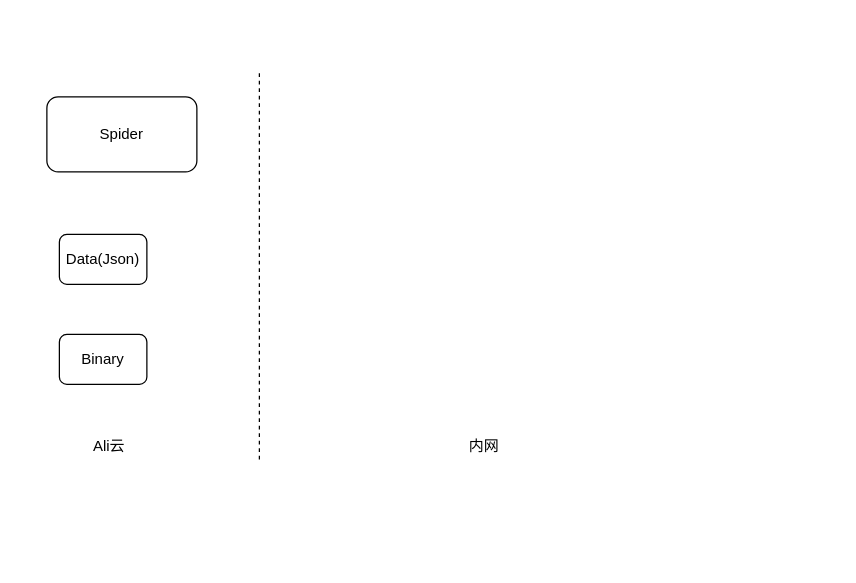
Above: Untitled Diagram.drawio in wiesel2/drawiorepo (draw.io), before the change. Source tidied: cells renumbered, new cells numbered last; positions are measured from the earlier drawing's top-left corner, leaving out a move shared by most shapes. Both pictures are drawn from the tidied source at 125%, with x=0, y=0 at pixel (46, 71).
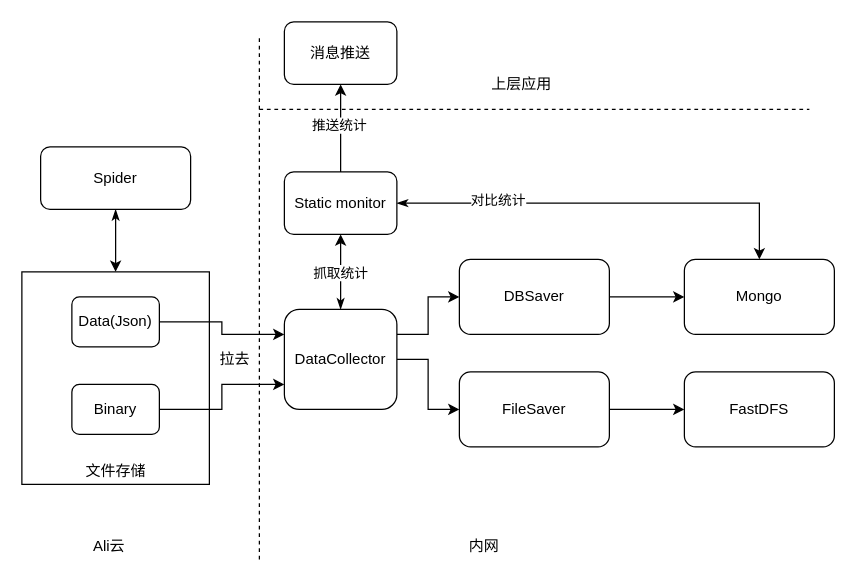
The same page after the edit.

The edit, as a diff of the source:
```diff
@@
+    <mxCell id="8" style="rounded=0;whiteSpace=wrap;html=1;" parent="1" vertex="1">
+      <mxGeometry x="-20" y="160" width="150" height="170" as="geometry" />
+    </mxCell>
+    <mxCell id="9" style="edgeStyle=orthogonalEdgeStyle;rounded=0;jettySize=auto;html=1;entryX=0.5;entryY=0;entryDx=0;entryDy=0;startArrow=classicThin;startFill=1;" parent="1" edge="1" source="2" target="8">
+      <mxGeometry relative="1" as="geometry" />
+    </mxCell>
     <mxCell id="2" value="Spider" style="rounded=1;whiteSpace=wrap;html=1;" parent="1" vertex="1">
-      <mxGeometry y="20" width="120" height="60" as="geometry" />
+      <mxGeometry x="-5" y="60" width="120" height="50" as="geometry" />
     </mxCell>
     <mxCell id="3" style="endArrow=none;dashed=1;html=1;" parent="1" edge="1">
       <mxGeometry relative="1" as="geometry">
-        <mxPoint x="170" y="310" as="sourcePoint" />
-        <mxPoint x="170" as="targetPoint" />
+        <mxPoint x="170" y="390" as="sourcePoint" />
+        <mxPoint x="170" y="-30" as="targetPoint" />
       </mxGeometry>
     </mxCell>
+    <mxCell id="10" style="edgeStyle=orthogonalEdgeStyle;rounded=0;jettySize=auto;html=1;entryX=0;entryY=0.25;entryDx=0;entryDy=0;" parent="1" edge="1" source="4" target="17">
+      <mxGeometry relative="1" as="geometry" />
+    </mxCell>
     <mxCell id="4" value="Data(Json)" style="rounded=1;whiteSpace=wrap;html=1;" parent="1" vertex="1">
-      <mxGeometry x="10" y="130" width="70" height="40" as="geometry" />
+      <mxGeometry x="20" y="180" width="70" height="40" as="geometry" />
     </mxCell>
+    <mxCell id="11" style="edgeStyle=orthogonalEdgeStyle;rounded=0;jettySize=auto;html=1;exitX=1;exitY=0.5;exitDx=0;exitDy=0;entryX=0;entryY=0.75;entryDx=0;entryDy=0;" parent="1" edge="1" source="5" target="17">
+      <mxGeometry relative="1" as="geometry" />
+    </mxCell>
     <mxCell id="5" value="Binary" style="rounded=1;whiteSpace=wrap;html=1;" parent="1" vertex="1">
-      <mxGeometry x="10" y="210" width="70" height="40" as="geometry" />
+      <mxGeometry x="20" y="250" width="70" height="40" as="geometry" />
     </mxCell>
     <mxCell id="6" value="Ali云" style="text;html=1;strokeColor=none;fillColor=none;align=center;verticalAlign=middle;whiteSpace=wrap;rounded=0;" parent="1" vertex="1">
-      <mxGeometry x="30" y="290" width="40" height="20" as="geometry" />
+      <mxGeometry x="30" y="370" width="40" height="20" as="geometry" />
     </mxCell>
     <mxCell id="7" value="内网" style="text;html=1;strokeColor=none;fillColor=none;align=center;verticalAlign=middle;whiteSpace=wrap;rounded=0;" parent="1" vertex="1">
-      <mxGeometry x="330" y="290" width="40" height="20" as="geometry" />
+      <mxGeometry x="330" y="370" width="40" height="20" as="geometry" />
     </mxCell>
+    <mxCell id="12" value="FastDFS" style="rounded=1;whiteSpace=wrap;html=1;" parent="1" vertex="1">
+      <mxGeometry x="510" y="240" width="120" height="60" as="geometry" />
+    </mxCell>
+    <mxCell id="13" style="edgeStyle=orthogonalEdgeStyle;rounded=0;jettySize=auto;html=1;exitX=1;exitY=0.25;exitDx=0;exitDy=0;entryX=0;entryY=0.5;entryDx=0;entryDy=0;" parent="1" edge="1" source="17" target="20">
+      <mxGeometry relative="1" as="geometry" />
+    </mxCell>
+    <mxCell id="14" style="edgeStyle=orthogonalEdgeStyle;rounded=0;jettySize=auto;html=1;" parent="1" edge="1" source="17" target="22">
+      <mxGeometry relative="1" as="geometry" />
+    </mxCell>
+    <mxCell id="15" style="edgeStyle=orthogonalEdgeStyle;rounded=0;jettySize=auto;html=1;exitX=0.5;exitY=0;exitDx=0;exitDy=0;entryX=0.5;entryY=1;entryDx=0;entryDy=0;startArrow=classicThin;startFill=1;" parent="1" edge="1" source="17" target="28">
+      <mxGeometry relative="1" as="geometry" />
+    </mxCell>
+    <mxCell id="16" value="抓取统计" style="edgeLabel;html=1;align=center;verticalAlign=middle;" parent="15" vertex="1">
+      <mxGeometry y="1" relative="1" as="geometry" />
+    </mxCell>
+    <mxCell id="17" value="DataCollector" style="rounded=1;whiteSpace=wrap;html=1;" parent="1" vertex="1">
+      <mxGeometry x="190" y="190" width="90" height="80" as="geometry" />
+    </mxCell>
+    <mxCell id="18" value="Mongo" style="rounded=1;whiteSpace=wrap;html=1;" parent="1" vertex="1">
+      <mxGeometry x="510" y="150" width="120" height="60" as="geometry" />
+    </mxCell>
+    <mxCell id="19" style="edgeStyle=orthogonalEdgeStyle;rounded=0;jettySize=auto;html=1;exitX=1;exitY=0.5;exitDx=0;exitDy=0;" parent="1" edge="1" source="20" target="18">
+      <mxGeometry relative="1" as="geometry" />
+    </mxCell>
+    <mxCell id="20" value="DBSaver" style="rounded=1;whiteSpace=wrap;html=1;" parent="1" vertex="1">
+      <mxGeometry x="330" y="150" width="120" height="60" as="geometry" />
+    </mxCell>
+    <mxCell id="21" style="edgeStyle=orthogonalEdgeStyle;rounded=0;jettySize=auto;html=1;exitX=1;exitY=0.5;exitDx=0;exitDy=0;entryX=0;entryY=0.5;entryDx=0;entryDy=0;" parent="1" edge="1" source="22" target="12">
+      <mxGeometry relative="1" as="geometry" />
+    </mxCell>
+    <mxCell id="22" value="FileSaver" style="rounded=1;whiteSpace=wrap;html=1;" parent="1" vertex="1">
+      <mxGeometry x="330" y="240" width="120" height="60" as="geometry" />
+    </mxCell>
+    <mxCell id="23" value="文件存储" style="text;html=1;strokeColor=none;fillColor=none;align=center;verticalAlign=middle;whiteSpace=wrap;rounded=0;" parent="1" vertex="1">
+      <mxGeometry x="27.5" y="310" width="55" height="20" as="geometry" />
+    </mxCell>
+    <mxCell id="24" style="edgeStyle=orthogonalEdgeStyle;rounded=0;jettySize=auto;html=1;exitX=1;exitY=0.5;exitDx=0;exitDy=0;startArrow=classicThin;startFill=1;" parent="1" edge="1" source="28" target="18">
+      <mxGeometry relative="1" as="geometry" />
+    </mxCell>
+    <mxCell id="25" value="对比统计" style="edgeLabel;html=1;align=center;verticalAlign=middle;" parent="24" vertex="1">
+      <mxGeometry x="-0.52" y="3" relative="1" as="geometry" />
+    </mxCell>
+    <mxCell id="26" style="edgeStyle=orthogonalEdgeStyle;rounded=0;jettySize=auto;html=1;exitX=0.5;exitY=0;exitDx=0;exitDy=0;startArrow=none;startFill=0;" parent="1" edge="1" source="28" target="29">
+      <mxGeometry relative="1" as="geometry" />
+    </mxCell>
+    <mxCell id="27" value="推送统计" style="edgeLabel;html=1;align=center;verticalAlign=middle;" parent="26" vertex="1">
+      <mxGeometry x="0.09" y="2" relative="1" as="geometry" />
+    </mxCell>
+    <mxCell id="28" value="Static monitor" style="rounded=1;whiteSpace=wrap;html=1;" parent="1" vertex="1">
+      <mxGeometry x="190" y="80" width="90" height="50" as="geometry" />
+    </mxCell>
+    <mxCell id="29" value="消息推送" style="rounded=1;whiteSpace=wrap;html=1;" parent="1" vertex="1">
+      <mxGeometry x="190" y="-40" width="90" height="50" as="geometry" />
+    </mxCell>
+    <mxCell id="30" style="endArrow=none;dashed=1;html=1;" parent="1" edge="1">
+      <mxGeometry relative="1" as="geometry">
+        <mxPoint x="170" y="30" as="sourcePoint" />
+        <mxPoint x="610" y="30" as="targetPoint" />
+      </mxGeometry>
+    </mxCell>
+    <mxCell id="31" value="上层应用" style="text;html=1;strokeColor=none;fillColor=none;align=center;verticalAlign=middle;whiteSpace=wrap;rounded=0;" parent="1" vertex="1">
+      <mxGeometry x="330" width="100" height="20" as="geometry" />
+    </mxCell>
+    <mxCell id="32" value="拉去" style="text;html=1;align=center;verticalAlign=middle;" parent="1" vertex="1">
+      <mxGeometry x="130" y="220" width="40" height="20" as="geometry" />
+    </mxCell>
```
